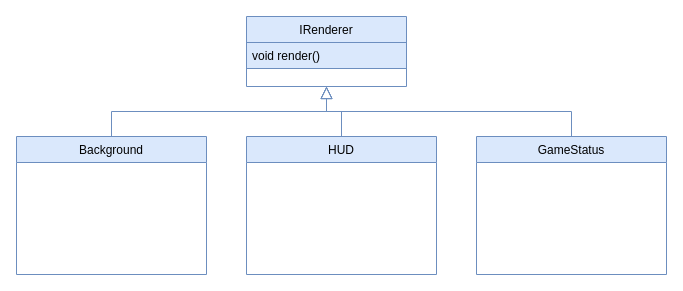
Before: page "Renderer" (4 of 4) of UMLGeneralFramework.drawio in Kragoum/BomberKnight, a draw.io diagram. Source tidied: cells renumbered, new cells numbered last; positions are measured from the earlier drawing's top-left corner, leaving out a move shared by most shapes. Both pictures are drawn from the tidied source at 100%, with x=0, y=0 at pixel (16, 16).
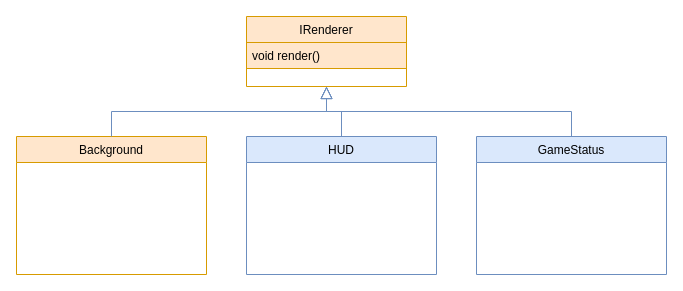
The same page after the edit.

What changed in the source:
```diff
@@
 <mxGraphModel>
   <root>
     <mxCell id="0" />
     <mxCell id="1" parent="0" />
-    <mxCell id="2" value="IRenderer" style="swimlane;fontStyle=0;align=center;verticalAlign=top;horizontal=1;startSize=26;rounded=0;shadow=0;strokeWidth=1;fillColor=#dae8fc;strokeColor=#6c8ebf;" parent="1" vertex="1">
+    <mxCell id="2" value="IRenderer" style="swimlane;fontStyle=0;align=center;verticalAlign=top;horizontal=1;startSize=26;rounded=0;shadow=0;strokeWidth=1;fillColor=#ffe6cc;strokeColor=#d79b00;" parent="1" vertex="1">
       <mxGeometry x="230" width="160" height="70" as="geometry" />
     </mxCell>
-    <mxCell id="3" value="void render()" style="text;align=left;verticalAlign=top;spacingLeft=4;spacingRight=4;overflow=hidden;fillColor=#dae8fc;strokeColor=#6c8ebf;" parent="2" vertex="1">
+    <mxCell id="3" value="void render()" style="text;align=left;verticalAlign=top;spacingLeft=4;spacingRight=4;overflow=hidden;fillColor=#ffe6cc;strokeColor=#d79b00;" parent="2" vertex="1">
       <mxGeometry y="26" width="160" height="26" as="geometry" />
     </mxCell>
-    <mxCell id="4" value="Background" style="swimlane;fontStyle=0;align=center;verticalAlign=top;horizontal=1;startSize=26;rounded=0;shadow=0;strokeWidth=1;fillColor=#dae8fc;strokeColor=#6c8ebf;" parent="1" vertex="1">
+    <mxCell id="4" value="Background" style="swimlane;fontStyle=0;align=center;verticalAlign=top;horizontal=1;startSize=26;rounded=0;shadow=0;strokeWidth=1;fillColor=#ffe6cc;strokeColor=#d79b00;" parent="1" vertex="1">
       <mxGeometry y="120" width="190" height="138" as="geometry" />
     </mxCell>
     <mxCell id="5" style="endArrow=block;endSize=10;endFill=0;shadow=0;strokeWidth=1;rounded=0;edgeStyle=elbowEdgeStyle;elbow=vertical;fillColor=#dae8fc;strokeColor=#6c8ebf;" parent="1" edge="1" source="4">
       <mxGeometry relative="1" as="geometry">
         <mxPoint x="310" y="70" as="targetPoint" />
       </mxGeometry>
     </mxCell>
     <mxCell id="6" value="HUD" style="swimlane;fontStyle=0;align=center;verticalAlign=top;horizontal=1;startSize=26;rounded=0;shadow=0;strokeWidth=1;fillColor=#dae8fc;strokeColor=#6c8ebf;" parent="1" vertex="1">
       <mxGeometry x="230" y="120" width="190" height="138" as="geometry" />
     </mxCell>
     <mxCell id="7" style="endArrow=block;endSize=10;endFill=0;shadow=0;strokeWidth=1;rounded=0;edgeStyle=elbowEdgeStyle;elbow=vertical;fillColor=#dae8fc;strokeColor=#6c8ebf;" parent="1" edge="1" source="6">
       <mxGeometry relative="1" as="geometry">
         <mxPoint x="310" y="70" as="targetPoint" />
       </mxGeometry>
     </mxCell>
     <mxCell id="8" value="GameStatus" style="swimlane;fontStyle=0;align=center;verticalAlign=top;horizontal=1;startSize=26;rounded=0;shadow=0;strokeWidth=1;fillColor=#dae8fc;strokeColor=#6c8ebf;" parent="1" vertex="1">
       <mxGeometry x="460" y="120" width="190" height="138" as="geometry" />
     </mxCell>
     <mxCell id="9" style="endArrow=block;endSize=10;endFill=0;shadow=0;strokeWidth=1;rounded=0;edgeStyle=elbowEdgeStyle;elbow=vertical;entryX=0.5;entryY=1;entryDx=0;entryDy=0;fillColor=#dae8fc;strokeColor=#6c8ebf;" parent="1" edge="1" source="8" target="2">
       <mxGeometry relative="1" as="geometry" />
     </mxCell>
   </root>
 </mxGraphModel>
```
